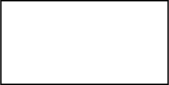
Earlier version of the draw.io export Latex/fig3.drawio.svg (dalton-reis/UDESC_2025). Source tidied: cells renumbered, new cells last; positions are measured from the earlier drawing's top-left corner, leaving out a move shared by most shapes. The source it was exported from:
```xml
<mxGraphModel>
  <root>
    <mxCell id="0" />
    <mxCell id="1" parent="0" />
    <mxCell id="2" style="rounded=0;whiteSpace=wrap;html=1;" parent="1" vertex="1">
      <mxGeometry width="120" height="60" as="geometry" />
    </mxCell>
  </root>
</mxGraphModel>
```
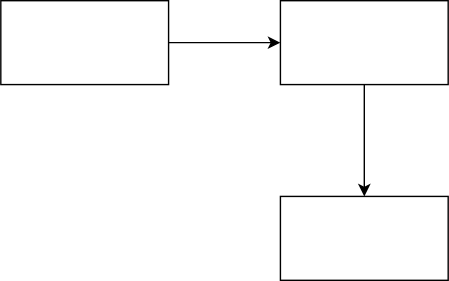
Later version of the same file.

What changed in the source:
```diff
@@ -2,8 +2,20 @@
   <root>
     <mxCell id="0" />
     <mxCell id="1" parent="0" />
+    <mxCell id="3" style="edgeStyle=none;html=1;" parent="1" edge="1" source="2" target="5">
+      <mxGeometry relative="1" as="geometry" />
+    </mxCell>
     <mxCell id="2" style="rounded=0;whiteSpace=wrap;html=1;" parent="1" vertex="1">
       <mxGeometry width="120" height="60" as="geometry" />
     </mxCell>
+    <mxCell id="4" style="edgeStyle=none;html=1;" parent="1" edge="1" source="5" target="6">
+      <mxGeometry relative="1" as="geometry" />
+    </mxCell>
+    <mxCell id="5" style="whiteSpace=wrap;html=1;rounded=0;" parent="1" vertex="1">
+      <mxGeometry x="200" width="120" height="60" as="geometry" />
+    </mxCell>
+    <mxCell id="6" style="whiteSpace=wrap;html=1;rounded=0;" parent="1" vertex="1">
+      <mxGeometry x="200" y="140" width="120" height="60" as="geometry" />
+    </mxCell>
   </root>
 </mxGraphModel>
```
